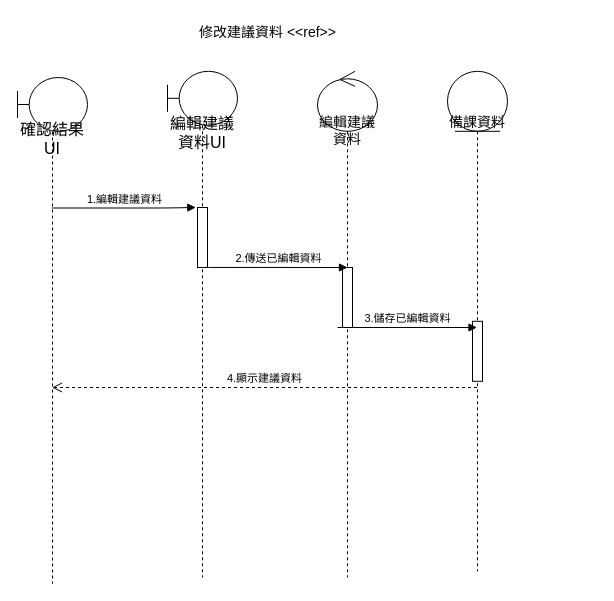
Before: 修改建議資料循序圖.drawio in Kevincheng0804/System-analysis, a draw.io diagram. Source tidied: cells renumbered, new cells numbered last; positions are measured from the earlier drawing's top-left corner, leaving out a move shared by most shapes. Both pictures are drawn from the tidied source at 100%, with x=0, y=0 at pixel (17, 17).
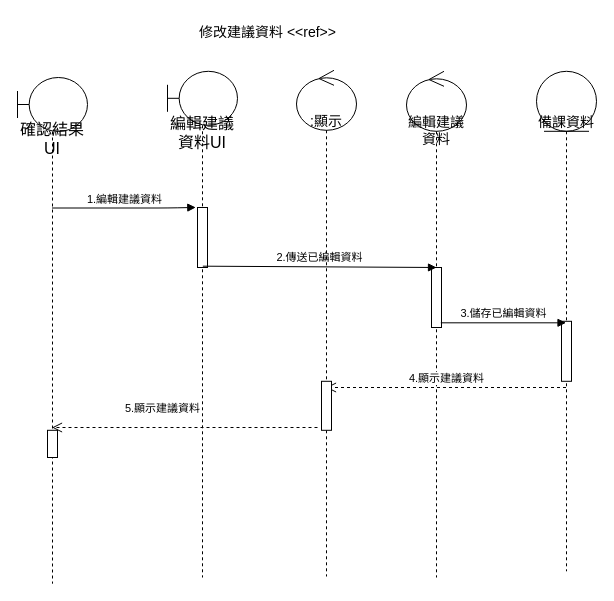
Above is the later version.

Unchanged cells that the change refers to:
```xml
<mxCell id="3" style="html=1;points=[];perimeter=orthogonalPerimeter;" parent="2" vertex="1">
  <mxGeometry x="30" y="136.2" width="10" height="60" as="geometry" />
</mxCell>
<mxCell id="7" style="html=1;points=[];perimeter=orthogonalPerimeter;" parent="6" vertex="1">
  <mxGeometry x="25" y="196.2" width="10" height="60" as="geometry" />
</mxCell>
<mxCell id="9" value="確認結果UI" style="shape=umlLifeline;participant=umlBoundary;perimeter=lifelinePerimeter;whiteSpace=wrap;html=1;verticalAlign=top;spacingTop=36;outlineConnect=0;fontSize=16;size=54;" parent="1" vertex="1">
  <mxGeometry y="60" width="70" height="506.2" as="geometry" />
</mxCell>
```

The edit, as a diff of the source:
```diff
@@
     <mxCell id="4" value="備課資料" style="shape=umlLifeline;participant=umlEntity;perimeter=lifelinePerimeter;whiteSpace=wrap;html=1;verticalAlign=top;spacingTop=36;outlineConnect=0;fontSize=14;size=60;" parent="1" vertex="1">
-      <mxGeometry x="430" y="53.8" width="60" height="500" as="geometry" />
+      <mxGeometry x="519" y="53.8" width="60" height="500" as="geometry" />
     </mxCell>
@@
     <mxCell id="6" value="編輯建議資料" style="shape=umlLifeline;participant=umlControl;perimeter=lifelinePerimeter;whiteSpace=wrap;html=1;verticalAlign=top;spacingTop=36;fontSize=14;size=60;align=center;" parent="1" vertex="1">
-      <mxGeometry x="300" y="53.8" width="60" height="506.2" as="geometry" />
+      <mxGeometry x="389" y="53.8" width="60" height="506.2" as="geometry" />
     </mxCell>
@@
-    <mxCell id="8" value="2.傳送已編輯資料" style="html=1;verticalAlign=bottom;startArrow=none;startFill=0;endArrow=block;startSize=8;exitX=1.068;exitY=0.999;exitDx=0;exitDy=0;exitPerimeter=0;" parent="6" edge="1" source="3">
+    <mxCell id="8" value="2.傳送已編輯資料" style="html=1;verticalAlign=bottom;startArrow=none;startFill=0;endArrow=block;startSize=8;exitX=0.533;exitY=0.978;exitDx=0;exitDy=0;exitPerimeter=0;" parent="6" edge="1" source="3">
       <mxGeometry relative="1" as="geometry">
         <mxPoint x="30" y="196.2" as="targetPoint" />
       </mxGeometry>
     </mxCell>
@@
+    <mxCell id="14" style="html=1;perimeter=orthogonalPerimeter;" parent="9" vertex="1">
+      <mxGeometry x="30" y="352.8" width="10" height="27.2" as="geometry" />
+    </mxCell>
@@
-    <mxCell id="11" value="3.儲存已編輯資料" style="html=1;verticalAlign=bottom;startArrow=none;startFill=0;endArrow=block;startSize=8;exitX=1.068;exitY=0.999;exitDx=0;exitDy=0;exitPerimeter=0;" parent="1" edge="1" target="4">
-      <mxGeometry relative="1" as="geometry">
-        <mxPoint x="320" y="310" as="sourcePoint" />
-      </mxGeometry>
+    <mxCell id="11" value="3.儲存已編輯資料" style="html=1;verticalAlign=bottom;startArrow=none;startFill=0;endArrow=block;startSize=8;exitX=0.933;exitY=0.922;exitDx=0;exitDy=0;exitPerimeter=0;" parent="1" edge="1" source="7" target="4">
+      <mxGeometry relative="1" as="geometry" />
     </mxCell>
-    <mxCell id="12" value="4.顯示建議資料" style="html=1;verticalAlign=bottom;endArrow=open;dashed=1;endSize=8;" parent="1" edge="1" source="4" target="9">
+    <mxCell id="12" value="4.顯示建議資料" style="html=1;verticalAlign=bottom;endArrow=open;dashed=1;endSize=8;" parent="1" edge="1" source="4" target="15">
       <mxGeometry relative="1" as="geometry">
         <Array as="points">
           <mxPoint x="355" y="370" />
         </Array>
       </mxGeometry>
     </mxCell>
@@
+    <mxCell id="15" value=":顯示" style="shape=umlLifeline;participant=umlControl;perimeter=lifelinePerimeter;whiteSpace=wrap;html=1;verticalAlign=top;spacingTop=36;outlineConnect=0;fontSize=14;size=60;align=center;" parent="1" vertex="1">
+      <mxGeometry x="279" y="52.8" width="60" height="506.2" as="geometry" />
+    </mxCell>
+    <mxCell id="16" style="html=1;perimeter=orthogonalPerimeter;" parent="15" vertex="1">
+      <mxGeometry x="25" y="311" width="10" height="49" as="geometry" />
+    </mxCell>
+    <mxCell id="17" value="5.顯示建議資料" style="html=1;verticalAlign=bottom;endArrow=open;dashed=1;endSize=8;" parent="1" edge="1" target="9">
+      <mxGeometry x="0.17" y="-10" relative="1" as="geometry">
+        <mxPoint x="300" y="410" as="sourcePoint" />
+        <Array as="points">
+          <mxPoint x="106.5" y="410" />
+        </Array>
+      </mxGeometry>
+    </mxCell>
```
